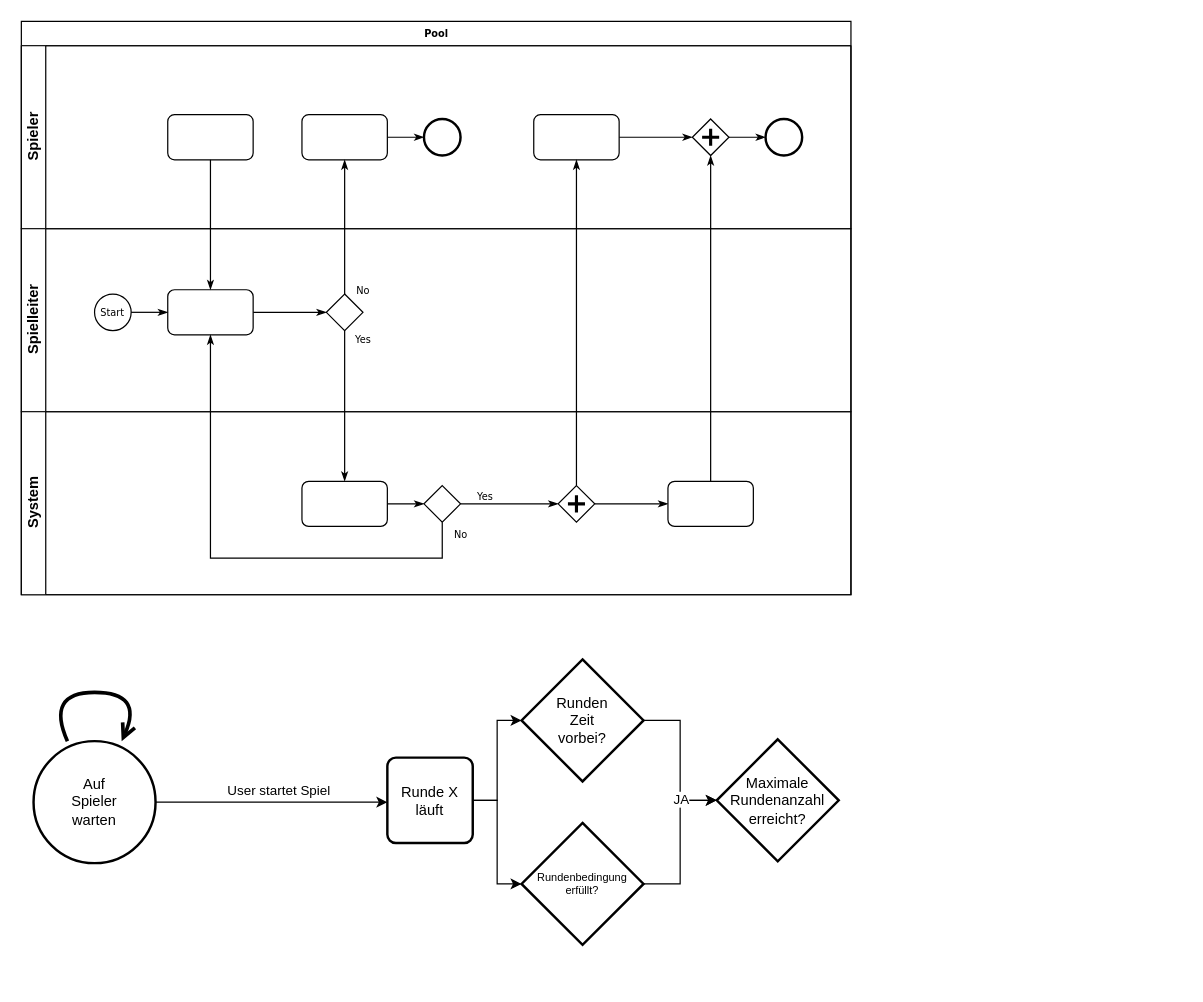
This is Thesis.drawio from SecretUnicorn/Nim, a draw.io file, before an edit. Source tidied: cells renumbered, new cells numbered last; positions are measured from the earlier drawing's top-left corner, leaving out a move shared by most shapes. Both pictures are drawn from the tidied source at 122%, with x=0, y=0 at pixel (21, 21).
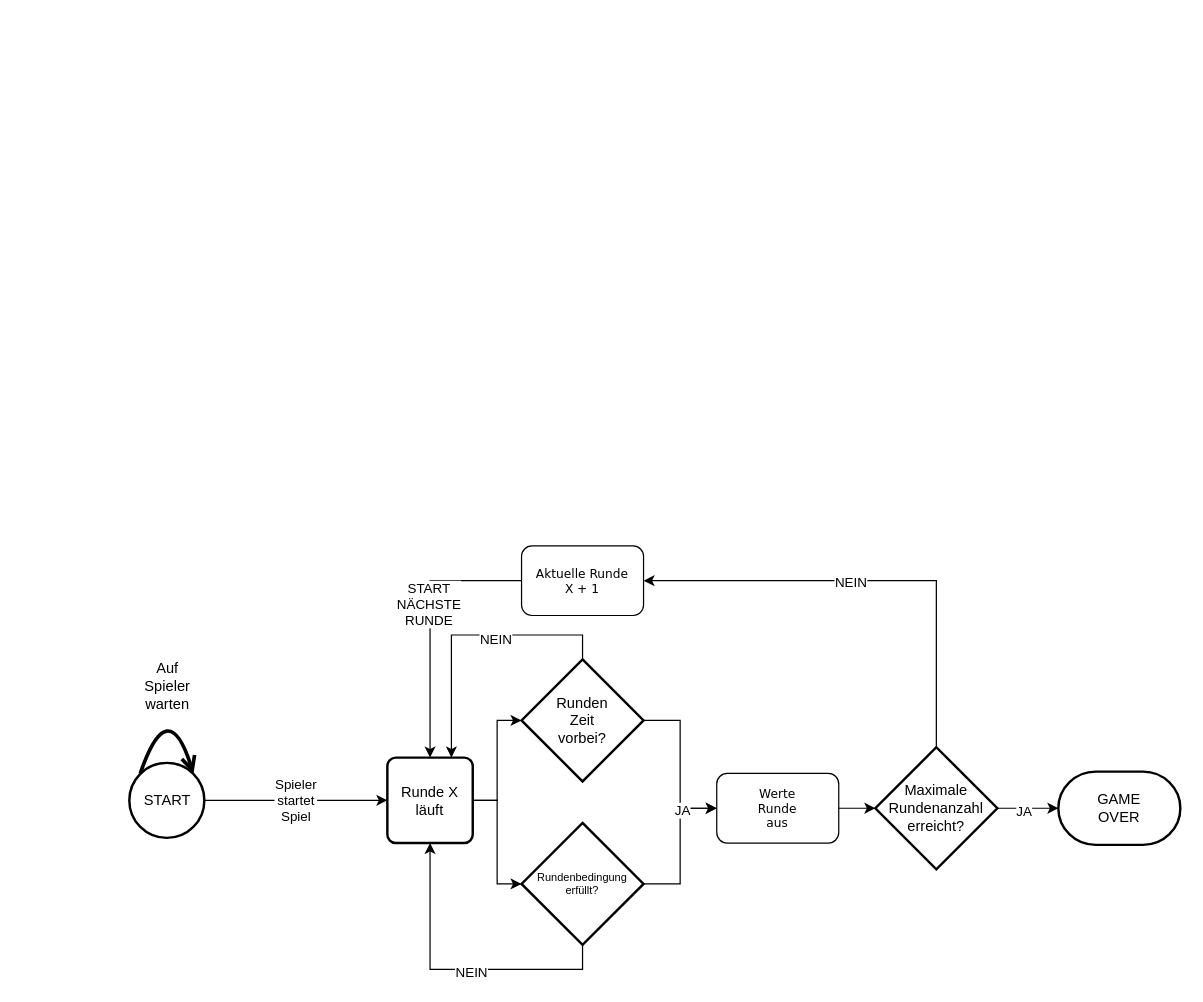
The same page after the edit.

Unchanged cells that the change refers to:
```xml
<mxCell id="37" value="&lt;div&gt;Runde X&lt;/div&gt;&lt;div&gt;läuft&lt;br&gt;&lt;/div&gt;" style="rounded=1;whiteSpace=wrap;html=1;absoluteArcSize=1;arcSize=14;strokeWidth=2;" parent="1" vertex="1">
  <mxGeometry x="300" y="603.5" width="70" height="70" as="geometry" />
</mxCell>
<mxCell id="39" value="&lt;div&gt;Runden&lt;/div&gt;&lt;div&gt;Zeit&lt;/div&gt;&lt;div&gt;vorbei?&lt;br&gt;&lt;/div&gt;" style="strokeWidth=2;html=1;shape=mxgraph.flowchart.decision;whiteSpace=wrap;" parent="1" vertex="1">
  <mxGeometry x="410" y="523" width="100" height="100" as="geometry" />
</mxCell>
<mxCell id="40" value="&lt;div style=&quot;font-size: 9px;&quot;&gt;&lt;font style=&quot;font-size: 9px;&quot;&gt;Rundenbedingung&lt;/font&gt;&lt;/div&gt;&lt;div style=&quot;font-size: 9px;&quot;&gt;&lt;font style=&quot;font-size: 9px;&quot;&gt;erfüllt?&lt;font style=&quot;font-size: 9px;&quot;&gt;&lt;br style=&quot;font-size: 9px;&quot;&gt;&lt;/font&gt;&lt;/font&gt;&lt;/div&gt;" style="strokeWidth=2;html=1;shape=mxgraph.flowchart.decision;whiteSpace=wrap;fontSize=9;" parent="1" vertex="1">
  <mxGeometry x="410" y="657" width="100" height="100" as="geometry" />
</mxCell>
```

Change to the diagram source:
```diff
@@
-    <mxCell id="2" value="Pool" style="swimlane;html=1;horizontal=1;startSize=20;rounded=0;shadow=0;labelBackgroundColor=none;strokeWidth=1;fontFamily=Verdana;fontSize=8;align=center;" parent="1" vertex="1">
-      <mxGeometry width="680" height="470" as="geometry" />
-    </mxCell>
-    <mxCell id="3" value="&lt;div&gt;Spieler&lt;/div&gt;" style="swimlane;html=1;startSize=20;horizontal=0;" parent="2" vertex="1">
-      <mxGeometry y="20" width="680" height="150" as="geometry" />
-    </mxCell>
-    <mxCell id="4" style="rounded=1;whiteSpace=wrap;html=1;shadow=0;labelBackgroundColor=none;strokeWidth=1;fontFamily=Verdana;fontSize=8;align=center;" parent="3" vertex="1">
-      <mxGeometry x="120" y="56.5" width="70" height="37" as="geometry" />
-    </mxCell>
-    <mxCell id="5" style="edgeStyle=orthogonalEdgeStyle;rounded=0;html=1;labelBackgroundColor=none;startArrow=none;startFill=0;startSize=5;endArrow=classicThin;endFill=1;endSize=5;jettySize=auto;strokeWidth=1;fontFamily=Verdana;fontSize=8;" parent="3" edge="1" source="6" target="7">
-      <mxGeometry relative="1" as="geometry" />
-    </mxCell>
-    <mxCell id="6" style="rounded=1;whiteSpace=wrap;html=1;shadow=0;labelBackgroundColor=none;strokeWidth=1;fontFamily=Verdana;fontSize=8;align=center;" parent="3" vertex="1">
-      <mxGeometry x="230" y="56.5" width="70" height="37" as="geometry" />
-    </mxCell>
-    <mxCell id="7" style="ellipse;whiteSpace=wrap;html=1;rounded=0;shadow=0;labelBackgroundColor=none;strokeWidth=2;fontFamily=Verdana;fontSize=8;align=center;" parent="3" vertex="1">
-      <mxGeometry x="330" y="60" width="30" height="30" as="geometry" />
-    </mxCell>
-    <mxCell id="8" style="edgeStyle=orthogonalEdgeStyle;rounded=0;html=1;entryX=0;entryY=0.5;labelBackgroundColor=none;startArrow=none;startFill=0;startSize=5;endArrow=classicThin;endFill=1;endSize=5;jettySize=auto;strokeWidth=1;fontFamily=Verdana;fontSize=8;" parent="3" edge="1" source="9" target="11">
-      <mxGeometry relative="1" as="geometry" />
-    </mxCell>
-    <mxCell id="9" style="rounded=1;whiteSpace=wrap;html=1;shadow=0;labelBackgroundColor=none;strokeWidth=1;fontFamily=Verdana;fontSize=8;align=center;" parent="3" vertex="1">
-      <mxGeometry x="420" y="56.5" width="70" height="37" as="geometry" />
-    </mxCell>
-    <mxCell id="10" style="edgeStyle=orthogonalEdgeStyle;rounded=0;html=1;labelBackgroundColor=none;startArrow=none;startFill=0;startSize=5;endArrow=classicThin;endFill=1;endSize=5;jettySize=auto;strokeWidth=1;fontFamily=Verdana;fontSize=8;" parent="3" edge="1" source="11" target="12">
-      <mxGeometry relative="1" as="geometry" />
-    </mxCell>
-    <mxCell id="11" style="shape=mxgraph.bpmn.shape;html=1;verticalLabelPosition=bottom;labelBackgroundColor=#ffffff;verticalAlign=top;perimeter=rhombusPerimeter;background=gateway;outline=none;symbol=parallelGw;rounded=1;shadow=0;strokeWidth=1;fontFamily=Verdana;fontSize=8;align=center;" parent="3" vertex="1">
-      <mxGeometry x="550" y="60" width="30" height="30" as="geometry" />
-    </mxCell>
-    <mxCell id="12" style="ellipse;whiteSpace=wrap;html=1;rounded=0;shadow=0;labelBackgroundColor=none;strokeWidth=2;fontFamily=Verdana;fontSize=8;align=center;" parent="3" vertex="1">
-      <mxGeometry x="610" y="60" width="30" height="30" as="geometry" />
-    </mxCell>
-    <mxCell id="13" value="Spielleiter" style="swimlane;html=1;startSize=20;horizontal=0;" parent="2" vertex="1">
-      <mxGeometry y="170" width="680" height="150" as="geometry" />
-    </mxCell>
-    <mxCell id="14" style="edgeStyle=orthogonalEdgeStyle;rounded=0;html=1;labelBackgroundColor=none;startArrow=none;startFill=0;startSize=5;endArrow=classicThin;endFill=1;endSize=5;jettySize=auto;strokeWidth=1;fontFamily=Verdana;fontSize=8;" parent="13" edge="1" source="15" target="16">
-      <mxGeometry relative="1" as="geometry" />
-    </mxCell>
-    <mxCell id="15" style="rounded=1;whiteSpace=wrap;html=1;shadow=0;labelBackgroundColor=none;strokeWidth=1;fontFamily=Verdana;fontSize=8;align=center;" parent="13" vertex="1">
-      <mxGeometry x="120" y="50" width="70" height="37" as="geometry" />
-    </mxCell>
-    <mxCell id="16" style="strokeWidth=1;html=1;shape=mxgraph.flowchart.decision;whiteSpace=wrap;rounded=1;shadow=0;labelBackgroundColor=none;fontFamily=Verdana;fontSize=8;align=center;" parent="13" vertex="1">
-      <mxGeometry x="250" y="53.5" width="30" height="30" as="geometry" />
-    </mxCell>
-    <mxCell id="17" value="Start" style="ellipse;whiteSpace=wrap;html=1;rounded=0;shadow=0;labelBackgroundColor=none;strokeWidth=1;fontFamily=Verdana;fontSize=8;align=center;" parent="13" vertex="1">
-      <mxGeometry x="60" y="53.5" width="30" height="30" as="geometry" />
-    </mxCell>
-    <mxCell id="18" style="edgeStyle=orthogonalEdgeStyle;rounded=0;html=1;labelBackgroundColor=none;startArrow=none;startFill=0;startSize=5;endArrow=classicThin;endFill=1;endSize=5;jettySize=auto;strokeWidth=1;fontFamily=Verdana;fontSize=8;" parent="13" edge="1" source="17">
-      <mxGeometry relative="1" as="geometry">
-        <mxPoint x="120" y="68.5" as="targetPoint" />
-      </mxGeometry>
-    </mxCell>
-    <mxCell id="19" value="&lt;div&gt;System&lt;/div&gt;" style="swimlane;html=1;startSize=20;horizontal=0;" parent="2" vertex="1">
-      <mxGeometry y="320" width="680" height="150" as="geometry" />
-    </mxCell>
-    <mxCell id="20" style="edgeStyle=orthogonalEdgeStyle;rounded=0;html=1;labelBackgroundColor=none;startArrow=none;startFill=0;startSize=5;endArrow=classicThin;endFill=1;endSize=5;jettySize=auto;strokeWidth=1;fontFamily=Verdana;fontSize=8;" parent="19" edge="1" source="21" target="23">
-      <mxGeometry relative="1" as="geometry" />
-    </mxCell>
-    <mxCell id="21" style="rounded=1;whiteSpace=wrap;html=1;shadow=0;labelBackgroundColor=none;strokeWidth=1;fontFamily=Verdana;fontSize=8;align=center;" parent="19" vertex="1">
-      <mxGeometry x="230" y="57" width="70" height="37" as="geometry" />
-    </mxCell>
-    <mxCell id="22" value="Yes" style="edgeStyle=orthogonalEdgeStyle;rounded=0;html=1;entryX=0;entryY=0.5;labelBackgroundColor=none;startArrow=none;startFill=0;startSize=5;endArrow=classicThin;endFill=1;endSize=5;jettySize=auto;strokeWidth=1;fontFamily=Verdana;fontSize=8;" parent="19" edge="1" source="23" target="25">
-      <mxGeometry x="-0.5" y="6" relative="1" as="geometry" />
-    </mxCell>
-    <mxCell id="23" style="strokeWidth=1;html=1;shape=mxgraph.flowchart.decision;whiteSpace=wrap;rounded=1;shadow=0;labelBackgroundColor=none;fontFamily=Verdana;fontSize=8;align=center;" parent="19" vertex="1">
-      <mxGeometry x="330" y="60.5" width="30" height="30" as="geometry" />
-    </mxCell>
-    <mxCell id="24" style="edgeStyle=orthogonalEdgeStyle;rounded=0;html=1;labelBackgroundColor=none;startArrow=none;startFill=0;startSize=5;endArrow=classicThin;endFill=1;endSize=5;jettySize=auto;strokeColor=#000000;strokeWidth=1;fontFamily=Verdana;fontSize=8;fontColor=#000000;" parent="19" edge="1" source="25" target="26">
-      <mxGeometry relative="1" as="geometry" />
-    </mxCell>
-    <mxCell id="25" style="shape=mxgraph.bpmn.shape;html=1;verticalLabelPosition=bottom;labelBackgroundColor=#ffffff;verticalAlign=top;perimeter=rhombusPerimeter;background=gateway;outline=none;symbol=parallelGw;rounded=1;shadow=0;strokeWidth=1;fontFamily=Verdana;fontSize=8;align=center;" parent="19" vertex="1">
-      <mxGeometry x="440" y="60.5" width="30" height="30" as="geometry" />
-    </mxCell>
-    <mxCell id="26" style="rounded=1;whiteSpace=wrap;html=1;shadow=0;labelBackgroundColor=none;strokeWidth=1;fontFamily=Verdana;fontSize=8;align=center;" parent="19" vertex="1">
-      <mxGeometry x="530" y="57" width="70" height="37" as="geometry" />
-    </mxCell>
-    <mxCell id="27" style="edgeStyle=orthogonalEdgeStyle;rounded=0;html=1;labelBackgroundColor=none;startArrow=none;startFill=0;startSize=5;endArrow=classicThin;endFill=1;endSize=5;jettySize=auto;strokeWidth=1;fontFamily=Verdana;fontSize=8;" parent="2" edge="1" source="4" target="15">
-      <mxGeometry relative="1" as="geometry" />
-    </mxCell>
-    <mxCell id="28" value="No" style="edgeStyle=orthogonalEdgeStyle;rounded=0;html=1;labelBackgroundColor=none;startArrow=none;startFill=0;startSize=5;endArrow=classicThin;endFill=1;endSize=5;jettySize=auto;strokeWidth=1;fontFamily=Verdana;fontSize=8;" parent="2" edge="1" source="16" target="6">
-      <mxGeometry x="-0.94" y="-15" relative="1" as="geometry" />
-    </mxCell>
-    <mxCell id="29" value="Yes" style="edgeStyle=orthogonalEdgeStyle;rounded=0;html=1;labelBackgroundColor=none;startArrow=none;startFill=0;startSize=5;endArrow=classicThin;endFill=1;endSize=5;jettySize=auto;strokeWidth=1;fontFamily=Verdana;fontSize=8;" parent="2" edge="1" source="16" target="21">
-      <mxGeometry x="-0.89" y="15" relative="1" as="geometry" />
-    </mxCell>
-    <mxCell id="30" style="edgeStyle=orthogonalEdgeStyle;rounded=0;html=1;entryX=0.5;entryY=1;labelBackgroundColor=none;startArrow=none;startFill=0;startSize=5;endArrow=classicThin;endFill=1;endSize=5;jettySize=auto;strokeWidth=1;fontFamily=Verdana;fontSize=8;" parent="2" edge="1" source="26" target="11">
-      <mxGeometry relative="1" as="geometry" />
-    </mxCell>
-    <mxCell id="31" value="No" style="edgeStyle=orthogonalEdgeStyle;rounded=0;html=1;labelBackgroundColor=none;startArrow=none;startFill=0;startSize=5;endArrow=classicThin;endFill=1;endSize=5;jettySize=auto;strokeWidth=1;fontFamily=Verdana;fontSize=8;" parent="2" edge="1" source="23" target="15">
-      <mxGeometry x="-0.95" y="15" relative="1" as="geometry">
-        <Array as="points">
-          <mxPoint x="345" y="440" />
-          <mxPoint x="155" y="440" />
-        </Array>
-      </mxGeometry>
-    </mxCell>
-    <mxCell id="32" style="edgeStyle=orthogonalEdgeStyle;rounded=0;html=1;labelBackgroundColor=none;startArrow=none;startFill=0;startSize=5;endArrow=classicThin;endFill=1;endSize=5;jettySize=auto;strokeWidth=1;fontFamily=Verdana;fontSize=8;" parent="2" edge="1" source="25" target="9">
-      <mxGeometry relative="1" as="geometry" />
-    </mxCell>
-    <mxCell id="33" style="edgeStyle=orthogonalEdgeStyle;rounded=0;jettySize=auto;html=1;" parent="1" edge="1" source="35">
-      <mxGeometry relative="1" as="geometry">
-        <mxPoint x="300" y="640" as="targetPoint" />
-      </mxGeometry>
-    </mxCell>
-    <mxCell id="34" value="User startet Spiel" style="edgeLabel;html=1;align=center;verticalAlign=middle;" parent="33" vertex="1">
-      <mxGeometry x="0.36" relative="1" as="geometry">
-        <mxPoint x="-29" y="-10" as="offset" />
-      </mxGeometry>
-    </mxCell>
+    <mxCell id="46" value="&lt;div&gt;Spieler&lt;/div&gt;&lt;div&gt;startet&lt;/div&gt;&lt;div&gt;Spiel&lt;br&gt;&lt;/div&gt;" style="edgeStyle=orthogonalEdgeStyle;rounded=0;jettySize=auto;html=1;" parent="1" edge="1" source="35" target="37">
+      <mxGeometry relative="1" as="geometry" />
+    </mxCell>
-    <mxCell id="35" value="&lt;div&gt;Auf&lt;/div&gt;&lt;div&gt;Spieler&lt;/div&gt;&lt;div&gt;warten&lt;br&gt;&lt;/div&gt;" style="strokeWidth=2;html=1;shape=mxgraph.flowchart.start_2;whiteSpace=wrap;" parent="1" vertex="1">
-      <mxGeometry x="10" y="590" width="100" height="100" as="geometry" />
+    <mxCell id="35" value="START" style="strokeWidth=2;html=1;shape=mxgraph.flowchart.start_2;whiteSpace=wrap;" parent="1" vertex="1">
+      <mxGeometry x="88.5" y="607.8" width="61.5" height="61.5" as="geometry" />
     </mxCell>
-    <mxCell id="36" style="endArrow=open;startArrow=none;endFill=0;startFill=0;endSize=8;html=1;verticalAlign=bottom;labelBackgroundColor=none;strokeWidth=3;jumpStyle=sharp;curved=1;shadow=0;" parent="1" edge="1" source="35" target="35">
+    <mxCell id="36" style="endArrow=open;startArrow=none;endFill=0;startFill=0;endSize=8;html=1;verticalAlign=bottom;labelBackgroundColor=none;strokeWidth=3;jumpStyle=sharp;curved=1;shadow=0;elbow=horizontal;entryX=0.855;entryY=0.145;entryDx=0;entryDy=0;entryPerimeter=0;exitX=0.145;exitY=0.145;exitDx=0;exitDy=0;exitPerimeter=0;" parent="1" edge="1" source="35" target="35">
       <mxGeometry relative="1" as="geometry">
         <Array as="points">
-          <mxPoint x="100" y="550" />
+          <mxPoint x="120" y="550" />
         </Array>
       </mxGeometry>
     </mxCell>
@@
-    <mxCell id="38" style="edgeStyle=orthogonalEdgeStyle;rounded=0;jettySize=auto;html=1;exitX=1;exitY=0.5;exitDx=0;exitDy=0;exitPerimeter=0;" parent="1" edge="1" source="39" target="43">
-      <mxGeometry relative="1" as="geometry" />
-    </mxCell>
+    <mxCell id="47" style="edgeStyle=orthogonalEdgeStyle;rounded=0;jettySize=auto;html=1;exitX=1;exitY=0.5;exitDx=0;exitDy=0;exitPerimeter=0;entryX=0;entryY=0.5;entryDx=0;entryDy=0;" parent="1" edge="1" source="39" target="59">
+      <mxGeometry relative="1" as="geometry" />
+    </mxCell>
+    <mxCell id="48" style="edgeStyle=orthogonalEdgeStyle;rounded=0;jettySize=auto;html=1;exitX=0.5;exitY=0;exitDx=0;exitDy=0;exitPerimeter=0;entryX=0.75;entryY=0;entryDx=0;entryDy=0;" parent="1" edge="1" source="39" target="37">
+      <mxGeometry relative="1" as="geometry" />
+    </mxCell>
+    <mxCell id="49" value="NEIN" style="edgeLabel;html=1;align=center;verticalAlign=middle;" parent="48" vertex="1">
+      <mxGeometry x="-0.19" y="3" relative="1" as="geometry" />
+    </mxCell>
@@
+    <mxCell id="50" style="edgeStyle=orthogonalEdgeStyle;rounded=0;jettySize=auto;html=1;exitX=1;exitY=0.5;exitDx=0;exitDy=0;exitPerimeter=0;entryX=0;entryY=0.5;entryDx=0;entryDy=0;" parent="1" edge="1" source="40" target="59">
+      <mxGeometry relative="1" as="geometry" />
+    </mxCell>
+    <mxCell id="51" value="JA" style="edgeLabel;html=1;align=center;verticalAlign=middle;" parent="50" vertex="1">
+      <mxGeometry x="0.49" y="-1" relative="1" as="geometry" />
+    </mxCell>
+    <mxCell id="52" style="edgeStyle=orthogonalEdgeStyle;rounded=0;jettySize=auto;html=1;exitX=0.5;exitY=1;exitDx=0;exitDy=0;exitPerimeter=0;entryX=0.5;entryY=1;entryDx=0;entryDy=0;" parent="1" edge="1" source="40" target="37">
+      <mxGeometry relative="1" as="geometry" />
+    </mxCell>
+    <mxCell id="53" value="NEIN" style="edgeLabel;html=1;align=center;verticalAlign=middle;" parent="52" vertex="1">
+      <mxGeometry x="-0.1" y="2" relative="1" as="geometry" />
+    </mxCell>
@@
+    <mxCell id="54" style="edgeStyle=orthogonalEdgeStyle;rounded=0;jettySize=auto;html=1;exitX=0.5;exitY=0;exitDx=0;exitDy=0;exitPerimeter=0;entryX=1;entryY=0.5;entryDx=0;entryDy=0;" parent="1" edge="1" source="43" target="58">
+      <mxGeometry relative="1" as="geometry" />
+    </mxCell>
+    <mxCell id="55" value="NEIN" style="edgeLabel;html=1;align=center;verticalAlign=middle;" parent="54" vertex="1">
+      <mxGeometry x="0.1" y="1" relative="1" as="geometry" />
+    </mxCell>
     <mxCell id="43" value="&lt;div&gt;Maximale Rundenanzahl&lt;/div&gt;&lt;div&gt;erreicht?&lt;br&gt;&lt;/div&gt;" style="strokeWidth=2;html=1;shape=mxgraph.flowchart.decision;whiteSpace=wrap;" parent="1" vertex="1">
-      <mxGeometry x="570" y="588.5" width="100" height="100" as="geometry" />
+      <mxGeometry x="700" y="595" width="100" height="100" as="geometry" />
     </mxCell>
-    <mxCell id="44" style="edgeStyle=orthogonalEdgeStyle;rounded=0;jettySize=auto;html=1;exitX=1;exitY=0.5;exitDx=0;exitDy=0;exitPerimeter=0;entryX=0;entryY=0.5;entryDx=0;entryDy=0;entryPerimeter=0;" parent="1" edge="1" source="40" target="43">
-      <mxGeometry relative="1" as="geometry" />
-    </mxCell>
-    <mxCell id="45" value="JA" style="edgeLabel;html=1;align=center;verticalAlign=middle;" parent="44" vertex="1">
-      <mxGeometry x="0.54" y="1" relative="1" as="geometry" />
-    </mxCell>
+    <mxCell id="56" style="edgeStyle=orthogonalEdgeStyle;rounded=0;jettySize=auto;html=1;exitX=0;exitY=0.5;exitDx=0;exitDy=0;entryX=0.5;entryY=0;entryDx=0;entryDy=0;" parent="1" edge="1" source="58" target="37">
+      <mxGeometry relative="1" as="geometry" />
+    </mxCell>
+    <mxCell id="57" value="START&lt;br&gt;NÄCHSTE&lt;br&gt;RUNDE" style="edgeLabel;html=1;align=center;verticalAlign=middle;" parent="56" vertex="1">
+      <mxGeometry x="-0.15" y="-2" relative="1" as="geometry" />
+    </mxCell>
+    <mxCell id="58" value="&lt;div style=&quot;font-size: 10px;&quot;&gt;Aktuelle Runde&lt;/div&gt;&lt;div style=&quot;font-size: 10px;&quot;&gt;X + 1&lt;br style=&quot;font-size: 10px;&quot;&gt;&lt;/div&gt;" style="rounded=1;whiteSpace=wrap;html=1;shadow=0;labelBackgroundColor=none;strokeWidth=1;fontFamily=Verdana;fontSize=10;align=center;" parent="1" vertex="1">
+      <mxGeometry x="410" y="430" width="100" height="57" as="geometry" />
+    </mxCell>
+    <mxCell id="59" value="&lt;div&gt;Werte&lt;/div&gt;&lt;div&gt;Runde&lt;/div&gt;&lt;div&gt;aus&lt;br&gt;&lt;/div&gt;" style="rounded=1;whiteSpace=wrap;html=1;shadow=0;labelBackgroundColor=none;strokeWidth=1;fontFamily=Verdana;fontSize=10;align=center;" parent="1" vertex="1">
+      <mxGeometry x="570" y="616.5" width="100" height="57" as="geometry" />
+    </mxCell>
+    <mxCell id="60" style="edgeStyle=orthogonalEdgeStyle;rounded=0;jettySize=auto;html=1;entryX=0;entryY=0.5;entryDx=0;entryDy=0;entryPerimeter=0;" parent="1" edge="1" source="59" target="43">
+      <mxGeometry relative="1" as="geometry" />
+    </mxCell>
+    <mxCell id="61" value="GAME&lt;br&gt;OVER" style="strokeWidth=2;html=1;shape=mxgraph.flowchart.terminator;whiteSpace=wrap;" parent="1" vertex="1">
+      <mxGeometry x="850" y="615" width="100" height="60" as="geometry" />
+    </mxCell>
+    <mxCell id="62" style="edgeStyle=orthogonalEdgeStyle;rounded=0;jettySize=auto;html=1;exitX=1;exitY=0.5;exitDx=0;exitDy=0;exitPerimeter=0;entryX=0;entryY=0.5;entryDx=0;entryDy=0;entryPerimeter=0;" parent="1" edge="1" source="43" target="61">
+      <mxGeometry relative="1" as="geometry" />
+    </mxCell>
+    <mxCell id="63" value="JA" style="edgeLabel;html=1;align=center;verticalAlign=middle;" parent="62" vertex="1">
+      <mxGeometry x="-0.16" y="-1" relative="1" as="geometry">
+        <mxPoint y="1" as="offset" />
+      </mxGeometry>
+    </mxCell>
+    <mxCell id="64" value="&lt;div&gt;Auf&lt;/div&gt;&lt;div&gt;Spieler&lt;/div&gt;&lt;div&gt;warten&lt;br&gt;&lt;/div&gt;" style="text;html=1;strokeColor=none;fillColor=none;align=center;verticalAlign=middle;whiteSpace=wrap;rounded=0;" parent="1" vertex="1">
+      <mxGeometry x="90" y="530" width="60" height="30" as="geometry" />
+    </mxCell>
```
